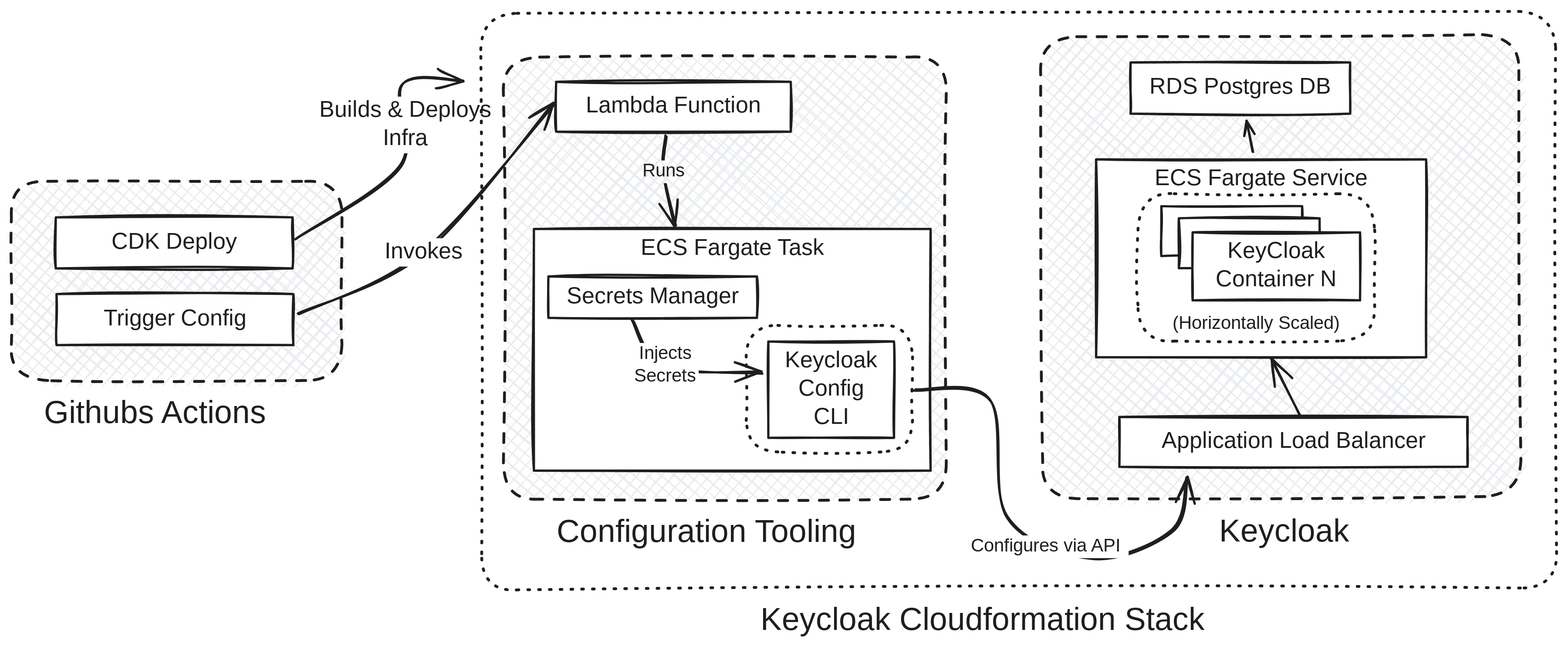
Before: .docs/architecture.excalidraw.svg, a diagram exported from Excalidraw (NASA-IMPACT/veda-keycloak). Source tidied: one line per element, renumbered; positions are measured from the earlier drawing's top-left corner, leaving out a move shared by most shapes.
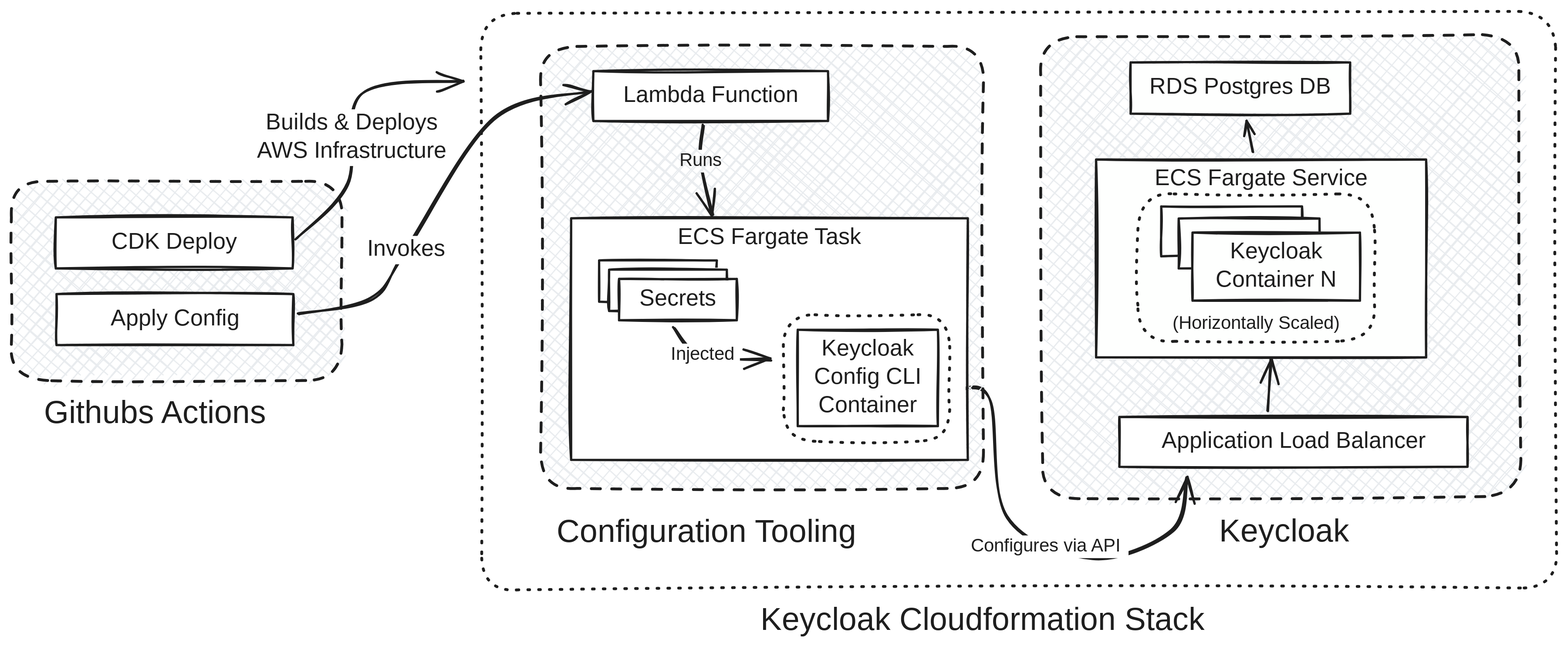
The same file after the commit.

Commit message:
Minor alterations to diagram

The edit, as a diff of the source:
```diff
@@ -6,32 +6,18 @@
 {"id": 5, "type": "text", "text": "RDS Postgres DB", "strokeColor": "#1e1e1e", "strokeWidth": 2, "roughness": 1, "fontSize": 20, "fontFamily": 5, "textAlign": "center", "verticalAlign": "middle", "inside": 4, "x": 995, "y": 95, "width": 178, "height": 25}
 {"id": 6, "type": "rectangle", "strokeColor": "#1e1e1e", "backgroundColor": "#fefffe", "fillStyle": "solid", "strokeWidth": 2, "roughness": 1, "x": 957, "y": 170, "width": 291, "height": 175}
 {"id": 7, "type": "text", "text": "ECS Fargate Service", "strokeColor": "#1e1e1e", "backgroundColor": "#fefffe", "fillStyle": "solid", "strokeWidth": 2, "roughness": 1, "fontSize": 20, "fontFamily": 5, "textAlign": "center", "inside": 6, "x": 1003, "y": 175, "width": 199, "height": 25}
-{"id": 8, "type": "rectangle", "strokeColor": "#1e1e1e", "strokeWidth": 2, "strokeStyle": "dotted", "roughness": 1, "round": true, "x": 994, "y": 200, "width": 209, "height": 130}
+{"id": 8, "type": "rectangle", "strokeColor": "#1e1e1e", "strokeWidth": 2, "strokeStyle": "dotted", "roughness": 1, "round": true, "x": 994, "y": 201, "width": 209, "height": 130}
 {"id": 9, "type": "text", "text": "(Horizontally Scaled)", "strokeColor": "#1e1e1e", "strokeWidth": 2, "strokeStyle": "dotted", "roughness": 1, "fontSize": 16, "fontFamily": 5, "textAlign": "center", "verticalAlign": "bottom", "inside": 8, "x": 1018, "y": 305, "width": 159, "height": 20}
-{"id": 10, "type": "rectangle", "strokeColor": "#1e1e1e", "backgroundColor": "#fefffe", "fillStyle": "solid", "strokeWidth": 2, "roughness": 1, "x": 1014, "y": 211, "width": 124, "height": 44}
+{"id": 10, "type": "rectangle", "strokeColor": "#1e1e1e", "backgroundColor": "#fefffe", "fillStyle": "solid", "strokeWidth": 2, "roughness": 1, "x": 1014, "y": 212, "width": 124, "height": 44}
 {"id": 11, "type": "rectangle", "strokeColor": "#1e1e1e", "backgroundColor": "#fefffe", "fillStyle": "solid", "strokeWidth": 2, "roughness": 1, "x": 1030, "y": 222, "width": 124, "height": 44}
 {"id": 12, "type": "text", "text": "Container", "strokeColor": "#1e1e1e", "backgroundColor": "#fefffe", "fillStyle": "solid", "strokeWidth": 2, "roughness": 1, "fontSize": 20, "fontFamily": 5, "textAlign": "center", "verticalAlign": "middle", "inside": 10, "x": 1030, "y": 221, "width": 92, "height": 25}
-{"id": 13, "type": "text", "text": "Container", "strokeColor": "#1e1e1e", "backgroundColor": "#fefffe", "fillStyle": "solid", "strokeWidth": 2, "roughness": 1, "fontSize": 20, "fontFamily": 5, "textAlign": "center", "verticalAlign": "middle", "inside": 11, "x": 1046, "y": 231, "width": 92, "height": 25}
+{"id": 13, "type": "text", "text": "Container", "strokeColor": "#1e1e1e", "backgroundColor": "#fefffe", "fillStyle": "solid", "strokeWidth": 2, "roughness": 1, "fontSize": 20, "fontFamily": 5, "textAlign": "center", "verticalAlign": "middle", "inside": 11, "x": 1046, "y": 232, "width": 92, "height": 25}
-{"id": 14, "type": "rectangle", "strokeColor": "#1e1e1e", "backgroundColor": "#fefffe", "fillStyle": "solid", "strokeWidth": 2, "roughness": 1, "x": 1042, "y": 234, "width": 148, "height": 60}
+{"id": 14, "type": "rectangle", "strokeColor": "#1e1e1e", "backgroundColor": "#fefffe", "fillStyle": "solid", "strokeWidth": 2, "roughness": 1, "x": 1042, "y": 235, "width": 148, "height": 60}
-{"id": 15, "type": "text", "text": "KeyCloak\nContainer N", "strokeColor": "#1e1e1e", "backgroundColor": "#fefffe", "fillStyle": "solid", "strokeWidth": 2, "roughness": 1, "fontSize": 20, "fontFamily": 5, "textAlign": "center", "verticalAlign": "middle", "inside": 14, "x": 1059, "y": 239, "width": 113, "height": 50}
+{"id": 15, "type": "text", "text": "Keycloak\nContainer N", "strokeColor": "#1e1e1e", "backgroundColor": "#fefffe", "fillStyle": "solid", "strokeWidth": 2, "roughness": 1, "fontSize": 20, "fontFamily": 5, "textAlign": "center", "verticalAlign": "middle", "inside": 14, "x": 1059, "y": 240, "width": 113, "height": 50}
-{"id": 16, "type": "rectangle", "strokeColor": "#1e1e1e", "backgroundColor": "#e9ecef", "fillStyle": "cross-hatch", "strokeWidth": 2, "strokeStyle": "dashed", "roughness": 1, "round": true, "x": 434, "y": 80, "width": 391, "height": 390}
-{"id": 17, "type": "rectangle", "strokeColor": "#1e1e1e", "backgroundColor": "#ffffff", "fillStyle": "solid", "strokeWidth": 2, "roughness": 1, "x": 481, "y": 102, "width": 207, "height": 44}
-{"id": 18, "type": "arrow", "strokeColor": "#1e1e1e", "strokeWidth": 2, "roughness": 1, "endArrowhead": "arrow", "round": true, "from": 17, "x": 577, "y": 150, "width": 11, "height": 78, "points": [[0, 0], [-2, 31], [10, 78]]}
-{"id": 19, "type": "text", "text": "Lambda Function", "strokeColor": "#1e1e1e", "strokeWidth": 2, "roughness": 1, "fontSize": 20.0, "fontFamily": 5, "textAlign": "center", "verticalAlign": "middle", "inside": 17, "x": 503, "y": 111, "width": 162, "height": 25}
-{"id": 20, "type": "text", "text": "Runs", "strokeColor": "#1e1e1e", "strokeWidth": 2, "roughness": 1, "fontSize": 16, "fontFamily": 5, "textAlign": "center", "verticalAlign": "middle", "inside": 18, "x": 556, "y": 171, "width": 39, "height": 20}
-{"id": 21, "type": "rectangle", "strokeColor": "#1e1e1e", "backgroundColor": "#ffffff", "fillStyle": "solid", "strokeWidth": 2, "roughness": 1, "x": 461, "y": 231, "width": 350, "height": 213}
-{"id": 22, "type": "text", "text": "ECS Fargate Task", "strokeColor": "#1e1e1e", "strokeWidth": 2, "roughness": 1, "fontSize": 20.0, "fontFamily": 5, "textAlign": "center", "inside": 21, "x": 546, "y": 236, "width": 179, "height": 25}
-{"id": 23, "type": "rectangle", "strokeColor": "#1e1e1e", "backgroundColor": "#ffffff", "fillStyle": "solid", "strokeWidth": 2, "roughness": 1, "x": 474, "y": 273, "width": 184, "height": 36}
-{"id": 24, "type": "arrow", "strokeColor": "#1e1e1e", "strokeWidth": 2, "roughness": 1, "endArrowhead": "arrow", "round": true, "from": 23, "to": 28, "x": 549, "y": 312, "width": 114, "height": 46, "points": [[0, 0], [28, 40], [114, 46]]}
-{"id": 25, "type": "text", "text": "Secrets Manager", "strokeColor": "#1e1e1e", "strokeWidth": 2, "roughness": 1, "fontSize": 20.0, "fontFamily": 5, "textAlign": "center", "verticalAlign": "middle", "inside": 23, "x": 485, "y": 279, "width": 161, "height": 25}
-{"id": 26, "type": "text", "text": "Injects\nSecrets", "strokeColor": "#1e1e1e", "strokeWidth": 2, "roughness": 1, "fontSize": 16, "fontFamily": 5, "textAlign": "center", "verticalAlign": "middle", "inside": 24, "x": 661, "y": 342, "width": 59, "height": 40}
-{"id": 27, "type": "rectangle", "strokeColor": "#1e1e1e", "strokeWidth": 2, "strokeStyle": "dotted", "roughness": 1, "round": true, "x": 648, "y": 316, "width": 147, "height": 112}
-{"id": 28, "type": "rectangle", "strokeColor": "#1e1e1e", "backgroundColor": "#ffffff", "fillStyle": "solid", "strokeWidth": 2, "roughness": 1, "x": 668, "y": 331, "width": 111, "height": 85}
-{"id": 29, "type": "text", "text": "Keycloak\nConfig\nCLI", "strokeColor": "#1e1e1e", "strokeWidth": 2, "roughness": 1, "fontSize": 20.0, "fontFamily": 5, "textAlign": "center", "verticalAlign": "middle", "inside": 28, "x": 682, "y": 336, "width": 82, "height": 75}
-{"id": 30, "type": "arrow", "strokeColor": "#1e1e1e", "strokeWidth": 2, "roughness": 1, "endArrowhead": "arrow", "round": true, "from": 2, "to": 8, "x": 1136, "y": 395, "width": 25, "height": 50, "points": [[0, 0], [-25, -50]]}
+{"id": 30, "type": "arrow", "strokeColor": "#1e1e1e", "strokeWidth": 2, "roughness": 1, "endArrowhead": "arrow", "round": true, "from": 2, "to": 8, "x": 1108, "y": 392, "width": 3, "height": 46, "points": [[0, 0], [3, -46]]}
 {"id": 31, "type": "arrow", "strokeColor": "#1e1e1e", "strokeWidth": 2, "roughness": 1, "endArrowhead": "arrow", "round": true, "from": 6, "to": 4, "x": 1095, "y": 163, "width": 6, "height": 27, "points": [[0, 0], [-6, -27]]}
-{"id": 32, "type": "arrow", "strokeColor": "#1e1e1e", "strokeWidth": 2, "roughness": 1, "endArrowhead": "arrow", "round": true, "from": 28, "to": 2, "x": 796, "y": 374, "width": 241, "height": 147, "points": [[0, 0], [68, 9], [81, 112], [158, 147], [227, 122], [241, 75]]}
+{"id": 32, "type": "arrow", "strokeColor": "#1e1e1e", "strokeWidth": 2, "roughness": 1, "endArrowhead": "arrow", "round": true, "from": 28, "to": 2, "x": 835, "y": 373, "width": 202, "height": 148, "points": [[0, 0], [29, 9], [42, 112], [119, 148], [188, 123], [202, 76]]}
-{"id": 33, "type": "text", "text": "Configures via API", "strokeColor": "#1e1e1e", "strokeWidth": 2, "roughness": 1, "fontSize": 16, "fontFamily": 5, "textAlign": "center", "verticalAlign": "middle", "inside": 32, "x": 788, "y": 0, "width": 146, "height": 20}
+{"id": 33, "type": "text", "text": "Configures via API", "strokeColor": "#1e1e1e", "strokeWidth": 2, "roughness": 1, "fontSize": 16, "fontFamily": 5, "textAlign": "center", "verticalAlign": "middle", "inside": 32, "x": 839, "y": 502, "width": 146, "height": 20}
 {"id": 34, "type": "text", "text": "Configuration Tooling", "strokeColor": "#1e1e1e", "strokeWidth": 2, "roughness": 1, "fontSize": 28, "fontFamily": 5, "x": 481, "y": 483, "width": 291, "height": 35}
 {"id": 35, "type": "text", "text": "Keycloak", "strokeColor": "#1e1e1e", "strokeWidth": 2, "roughness": 1, "fontSize": 28, "fontFamily": 5, "x": 1065, "y": 482, "width": 115, "height": 35}
 {"id": 36, "type": "text", "text": "Keycloak Cloudformation Stack", "strokeColor": "#1e1e1e", "strokeWidth": 2, "strokeStyle": "dotted", "roughness": 1, "fontSize": 28, "fontFamily": 5, "x": 661, "y": 560, "width": 419, "height": 35}
@@ -40,8 +26,26 @@
 {"id": 39, "type": "rectangle", "strokeColor": "#1e1e1e", "backgroundColor": "#ffffff", "fillStyle": "solid", "strokeWidth": 2, "roughness": 1, "x": 39, "y": 221, "width": 209, "height": 45}
 {"id": 40, "type": "text", "text": "CDK Deploy", "strokeColor": "#1e1e1e", "backgroundColor": "#ffffff", "fillStyle": "solid", "strokeWidth": 2, "roughness": 1, "fontSize": 20, "fontFamily": 5, "textAlign": "center", "verticalAlign": "middle", "inside": 39, "x": 87, "y": 231, "width": 113, "height": 25}
 {"id": 41, "type": "rectangle", "strokeColor": "#1e1e1e", "backgroundColor": "#ffffff", "fillStyle": "solid", "strokeWidth": 2, "roughness": 1, "x": 40, "y": 289, "width": 209, "height": 45}
-{"id": 42, "type": "text", "text": "Trigger Config", "strokeColor": "#1e1e1e", "backgroundColor": "#ffffff", "fillStyle": "solid", "strokeWidth": 2, "roughness": 1, "fontSize": 20, "fontFamily": 5, "textAlign": "center", "verticalAlign": "middle", "inside": 41, "x": 75, "y": 299, "width": 139, "height": 25}
+{"id": 42, "type": "text", "text": "Apply Config", "strokeColor": "#1e1e1e", "backgroundColor": "#ffffff", "fillStyle": "solid", "strokeWidth": 2, "roughness": 1, "fontSize": 20, "fontFamily": 5, "textAlign": "center", "verticalAlign": "middle", "inside": 41, "x": 85, "y": 299, "width": 119, "height": 25}
-{"id": 43, "type": "arrow", "strokeColor": "#1e1e1e", "backgroundColor": "#ffffff", "fillStyle": "solid", "strokeWidth": 2, "roughness": 1, "endArrowhead": "arrow", "round": true, "from": 39, "to": 0, "x": 252, "y": 241, "width": 147, "height": 139, "points": [[0, 0], [91, -65], [94, -136], [147, -139]]}
+{"id": 43, "type": "arrow", "strokeColor": "#1e1e1e", "backgroundColor": "#ffffff", "fillStyle": "solid", "strokeWidth": 2, "roughness": 1, "endArrowhead": "arrow", "round": true, "from": 39, "to": 0, "x": 252, "y": 241, "width": 147, "height": 139, "points": [[0, 0], [44, -49], [58, -128], [147, -139]]}
-{"id": 44, "type": "text", "text": "Builds & Deploys\nInfra", "strokeColor": "#1e1e1e", "backgroundColor": "#ffffff", "fillStyle": "solid", "strokeWidth": 2, "roughness": 1, "fontSize": 20, "fontFamily": 5, "textAlign": "center", "verticalAlign": "middle", "inside": 43, "x": 265, "y": 115, "width": 164, "height": 50}
+{"id": 44, "type": "text", "text": "Builds & Deploys\nAWS Infrastructure", "strokeColor": "#1e1e1e", "backgroundColor": "#ffffff", "fillStyle": "solid", "strokeWidth": 2, "roughness": 1, "fontSize": 20, "fontFamily": 5, "textAlign": "center", "verticalAlign": "middle", "inside": 43, "x": 252, "y": 115, "width": 192, "height": 50}
+{"id": 16, "type": "rectangle", "strokeColor": "#1e1e1e", "backgroundColor": "#e9ecef", "fillStyle": "cross-hatch", "strokeWidth": 2, "strokeStyle": "dashed", "roughness": 1, "round": true, "x": 467, "y": 70, "width": 391, "height": 390}
+{"id": 17, "type": "rectangle", "strokeColor": "#1e1e1e", "backgroundColor": "#ffffff", "fillStyle": "solid", "strokeWidth": 2, "roughness": 1, "x": 513, "y": 92, "width": 207, "height": 44}
+{"id": 18, "type": "arrow", "strokeColor": "#1e1e1e", "strokeWidth": 2, "roughness": 1, "endArrowhead": "arrow", "round": true, "from": 17, "x": 610, "y": 141, "width": 11, "height": 78, "points": [[0, 0], [-2, 31], [10, 78]]}
+{"id": 19, "type": "text", "text": "Lambda Function", "strokeColor": "#1e1e1e", "strokeWidth": 2, "roughness": 1, "fontSize": 20.0, "fontFamily": 5, "textAlign": "center", "verticalAlign": "middle", "inside": 17, "x": 536, "y": 102, "width": 162, "height": 25}
+{"id": 20, "type": "text", "text": "Runs", "strokeColor": "#1e1e1e", "strokeWidth": 2, "roughness": 1, "fontSize": 16, "fontFamily": 5, "textAlign": "center", "verticalAlign": "middle", "inside": 18, "x": 589, "y": 162, "width": 39, "height": 20}
+{"id": 21, "type": "rectangle", "strokeColor": "#1e1e1e", "backgroundColor": "#ffffff", "fillStyle": "solid", "strokeWidth": 2, "roughness": 1, "x": 494, "y": 222, "width": 350, "height": 213}
+{"id": 22, "type": "text", "text": "ECS Fargate Task", "strokeColor": "#1e1e1e", "strokeWidth": 2, "roughness": 1, "fontSize": 20.0, "fontFamily": 5, "textAlign": "center", "inside": 21, "x": 579, "y": 227, "width": 179, "height": 25}
+{"id": 24, "type": "arrow", "strokeColor": "#1e1e1e", "strokeWidth": 2, "roughness": 1, "endArrowhead": "arrow", "round": true, "from": 51, "x": 585, "y": 319, "width": 85, "height": 28, "points": [[0, 0], [25, 24], [85, 28]]}
+{"id": 26, "type": "text", "text": "Injected", "strokeColor": "#1e1e1e", "strokeWidth": 2, "roughness": 1, "fontSize": 16, "fontFamily": 5, "textAlign": "center", "verticalAlign": "middle", "inside": 24, "x": 576, "y": 333, "width": 66, "height": 20}
+{"id": 27, "type": "rectangle", "strokeColor": "#1e1e1e", "strokeWidth": 2, "strokeStyle": "dotted", "roughness": 1, "round": true, "x": 681, "y": 307, "width": 147, "height": 112}
+{"id": 28, "type": "rectangle", "strokeColor": "#1e1e1e", "backgroundColor": "#ffffff", "fillStyle": "solid", "strokeWidth": 2, "roughness": 1, "x": 694, "y": 320, "width": 124, "height": 85}
+{"id": 29, "type": "text", "text": "Keycloak\nConfig CLI\nContainer", "strokeColor": "#1e1e1e", "strokeWidth": 2, "roughness": 1, "fontSize": 20, "fontFamily": 5, "textAlign": "center", "verticalAlign": "middle", "inside": 28, "x": 704, "y": 325, "width": 103, "height": 75}
+{"id": 47, "type": "rectangle", "strokeColor": "#1e1e1e", "backgroundColor": "#ffffff", "fillStyle": "solid", "strokeWidth": 2, "roughness": 1, "x": 518, "y": 259, "width": 104, "height": 36}
+{"id": 48, "type": "text", "text": "Secrets", "strokeColor": "#1e1e1e", "strokeWidth": 2, "roughness": 1, "fontSize": 20.0, "fontFamily": 5, "textAlign": "center", "verticalAlign": "middle", "inside": 47, "x": 534, "y": 265, "width": 74, "height": 25}
+{"id": 49, "type": "rectangle", "strokeColor": "#1e1e1e", "backgroundColor": "#ffffff", "fillStyle": "solid", "strokeWidth": 2, "roughness": 1, "x": 527, "y": 267, "width": 104, "height": 36}
+{"id": 50, "type": "text", "text": "Secrets", "strokeColor": "#1e1e1e", "strokeWidth": 2, "roughness": 1, "fontSize": 20.0, "fontFamily": 5, "textAlign": "center", "verticalAlign": "middle", "inside": 49, "x": 542, "y": 273, "width": 74, "height": 25}
+{"id": 51, "type": "rectangle", "strokeColor": "#1e1e1e", "backgroundColor": "#ffffff", "fillStyle": "solid", "strokeWidth": 2, "roughness": 1, "x": 536, "y": 275, "width": 104, "height": 36}
+{"id": 52, "type": "text", "text": "Secrets", "strokeColor": "#1e1e1e", "strokeWidth": 2, "roughness": 1, "fontSize": 20.0, "fontFamily": 5, "textAlign": "center", "verticalAlign": "middle", "inside": 51, "x": 551, "y": 281, "width": 74, "height": 25}
-{"id": 45, "type": "arrow", "strokeColor": "#1e1e1e", "backgroundColor": "#ffffff", "fillStyle": "solid", "strokeWidth": 2, "roughness": 1, "endArrowhead": "arrow", "round": true, "from": 41, "to": 17, "x": 253, "y": 306, "width": 226, "height": 185, "points": [[0, 0], [111, -54], [226, -185]]}
+{"id": 45, "type": "arrow", "strokeColor": "#1e1e1e", "backgroundColor": "#ffffff", "fillStyle": "solid", "strokeWidth": 2, "roughness": 1, "endArrowhead": "arrow", "round": true, "from": 41, "to": 17, "x": 253, "y": 306, "width": 258, "height": 197, "points": [[0, 0], [65, -13], [95, -56], [173, -171], [258, -197]]}
-{"id": 46, "type": "text", "text": "Invokes", "strokeColor": "#1e1e1e", "backgroundColor": "#ffffff", "fillStyle": "solid", "strokeWidth": 2, "roughness": 1, "fontSize": 20, "fontFamily": 5, "textAlign": "center", "verticalAlign": "middle", "inside": 45, "x": 354, "y": 137, "width": 76, "height": 25}
+{"id": 46, "type": "text", "text": "Invokes", "strokeColor": "#1e1e1e", "backgroundColor": "#ffffff", "fillStyle": "solid", "strokeWidth": 2, "roughness": 1, "fontSize": 20, "fontFamily": 5, "textAlign": "center", "verticalAlign": "middle", "inside": 45, "x": 325, "y": 240, "width": 76, "height": 25}
```
